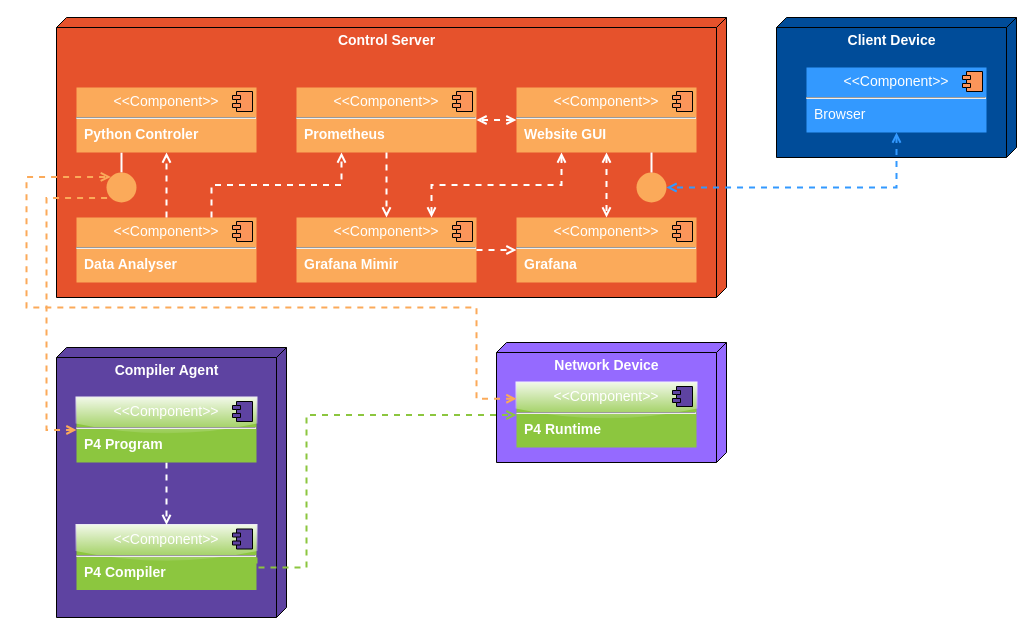
Before: page "Deployment Diagram" (1 of 3) of documentation/diagrams/diagram-models.drawio in detiuaveiro/PECI-05-2022-23, a draw.io diagram. Source tidied: cells renumbered, new cells numbered last; positions are measured from the earlier drawing's top-left corner, leaving out a move shared by most shapes. Both pictures are drawn from the tidied source at 100%, with x=0, y=0 at pixel (26, 17).
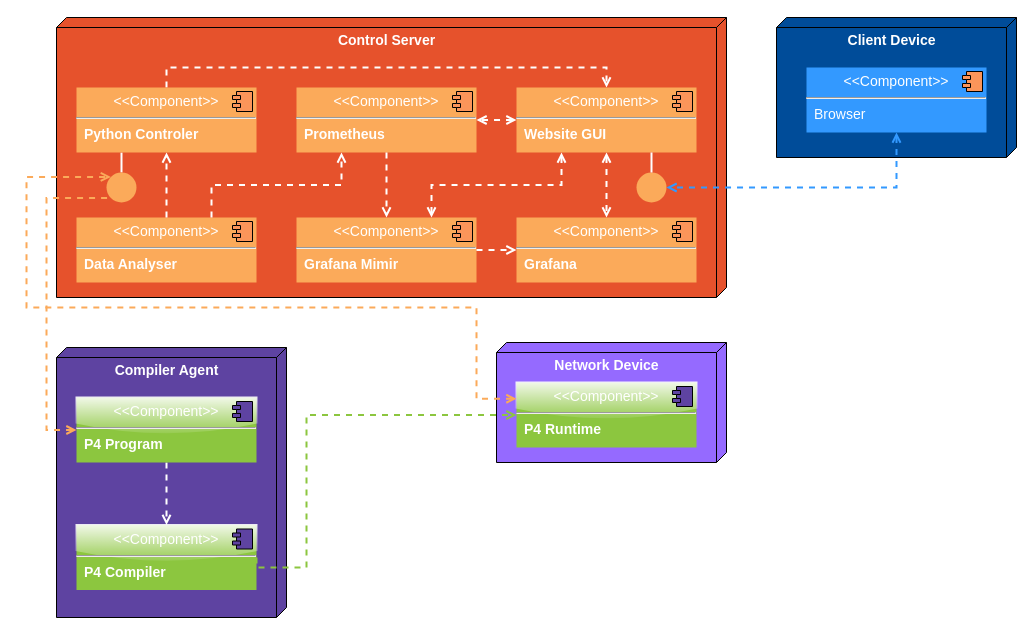
The same diagram, later.

The change refers to these unchanged cells:
```xml
<mxCell id="10" value="&lt;p style=&quot;margin:0px;margin-top:6px;text-align:center;&quot;&gt;&amp;lt;&amp;lt;Component&amp;gt;&amp;gt;&lt;/p&gt;&lt;hr&gt;&lt;p style=&quot;margin:0px;margin-left:8px;&quot;&gt;&lt;b&gt;Python Controler&lt;/b&gt;&lt;/p&gt;" style="align=left;overflow=fill;html=1;fontSize=14;fontColor=#FFFFFF;fillColor=#FBAA5A;strokeColor=none;" parent="1" vertex="1">
  <mxGeometry x="50" y="70" width="180" height="65" as="geometry" />
</mxCell>
<mxCell id="21" value="&lt;p style=&quot;margin:0px;margin-top:6px;text-align:center;&quot;&gt;&amp;lt;&amp;lt;Component&amp;gt;&amp;gt;&lt;/p&gt;&lt;hr&gt;&lt;p style=&quot;margin:0px;margin-left:8px;&quot;&gt;&lt;b&gt;Website GUI&lt;/b&gt;&lt;/p&gt;" style="align=left;overflow=fill;html=1;fontSize=14;fontColor=#FFFFFF;fillColor=#FBAA5A;strokeColor=none;" parent="1" vertex="1">
  <mxGeometry x="490" y="70" width="180" height="65" as="geometry" />
</mxCell>
```

What changed in the source:
```diff
@@
+    <mxCell id="42" style="edgeStyle=orthogonalEdgeStyle;rounded=0;jettySize=auto;html=1;exitX=0.5;exitY=0;exitDx=0;exitDy=0;entryX=0.5;entryY=0;entryDx=0;entryDy=0;strokeWidth=2;endArrow=open;endFill=0;dashed=1;strokeColor=#FFFFFF;" parent="1" edge="1" source="10" target="21">
+      <mxGeometry relative="1" as="geometry" />
+    </mxCell>
```
